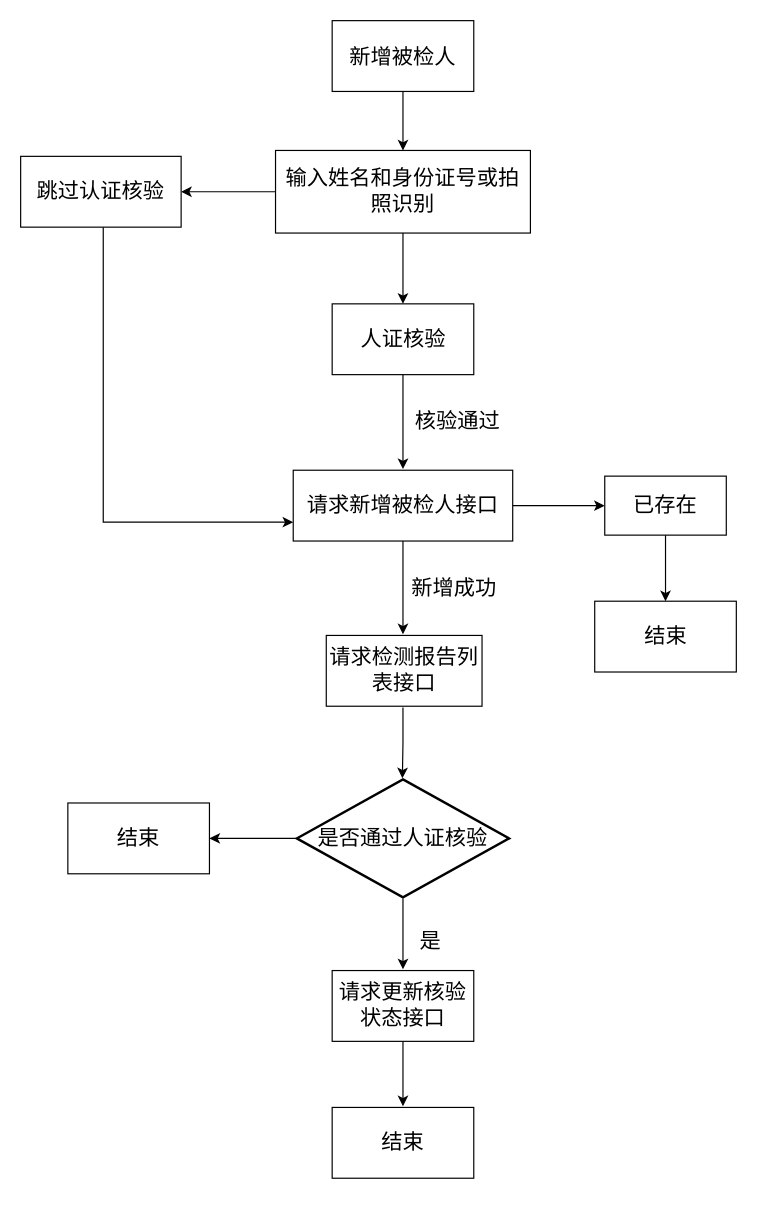
The draw.io diagram page "新增被检人" (1 of 6) of 广纳达康吸毒检测管理APP软件结构图.drawio in lliecho/test, before the edit. Source tidied: cells renumbered, new cells numbered last; positions are measured from the earlier drawing's top-left corner, leaving out a move shared by most shapes. Both pictures are drawn from the tidied source at 118%, with x=0, y=0 at pixel (20, 20).
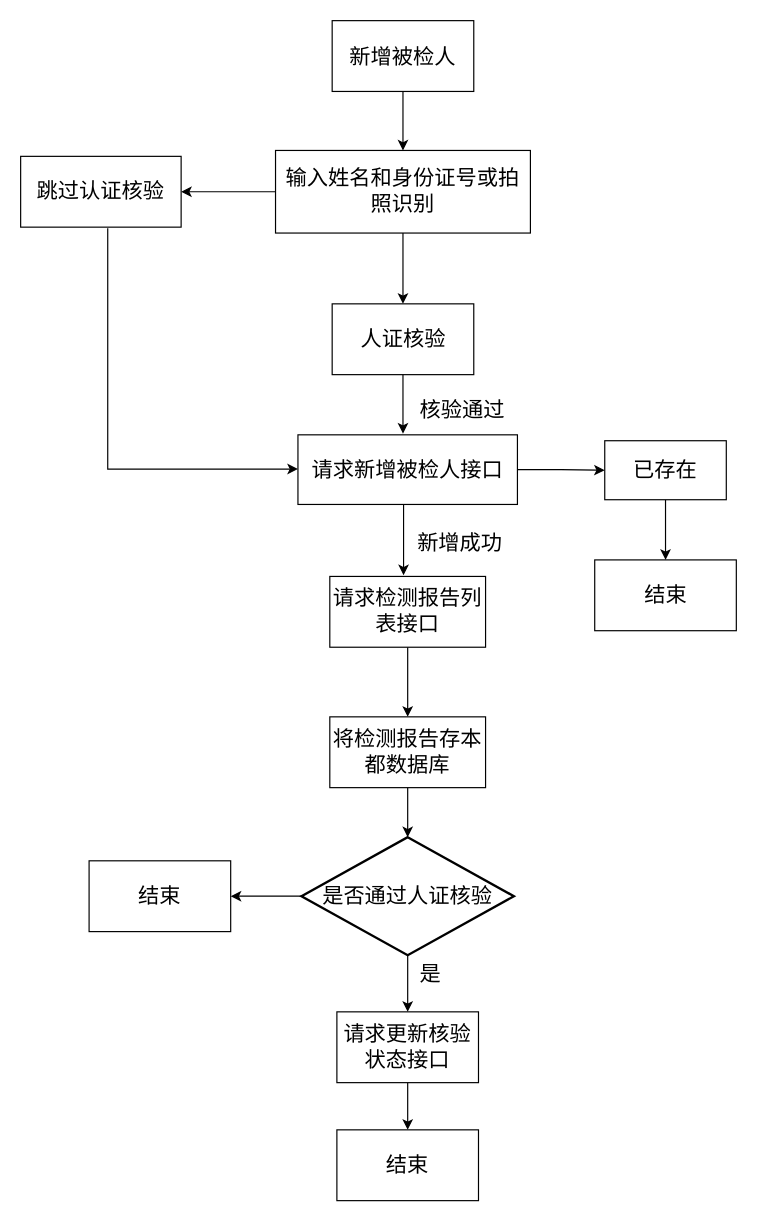
The same page after the edit.

What changed in the source:
```diff
@@
     <mxCell id="7" style="edgeStyle=orthogonalEdgeStyle;rounded=0;orthogonalLoop=1;jettySize=auto;html=1;fontSize=18;" parent="1" edge="1">
       <mxGeometry relative="1" as="geometry">
         <mxPoint x="324" y="290" as="sourcePoint" />
-        <mxPoint x="324" y="380" as="targetPoint" />
+        <mxPoint x="324" y="350" as="targetPoint" />
       </mxGeometry>
     </mxCell>
@@
-    <mxCell id="12" style="edgeStyle=orthogonalEdgeStyle;rounded=0;jettySize=auto;html=1;fontSize=18;" parent="1" edge="1" source="13">
-      <mxGeometry relative="1" as="geometry">
-        <mxPoint x="324" y="520" as="targetPoint" />
-      </mxGeometry>
-    </mxCell>
     <mxCell id="13" value="请求新增被检人接口" style="whiteSpace=wrap;html=1;fontSize=18;rounded=0;" parent="1" vertex="1">
-      <mxGeometry x="231" y="381" width="186" height="60" as="geometry" />
+      <mxGeometry x="235" y="351" width="186" height="59" as="geometry" />
     </mxCell>
     <mxCell id="14" value="核验通过" style="text;html=1;align=center;verticalAlign=middle;strokeColor=none;fillColor=none;fontSize=18;" parent="1" vertex="1">
-      <mxGeometry x="320" y="320" width="100" height="40" as="geometry" />
+      <mxGeometry x="324" y="310" width="100" height="40" as="geometry" />
     </mxCell>
@@
     <mxCell id="16" value="已存在" style="whiteSpace=wrap;html=1;fontSize=18;rounded=0;" parent="1" vertex="1">
-      <mxGeometry x="495" y="386" width="103" height="50" as="geometry" />
+      <mxGeometry x="495" y="356" width="103" height="50" as="geometry" />
     </mxCell>
     <mxCell id="17" value="结束" style="whiteSpace=wrap;html=1;fontSize=18;rounded=0;" parent="1" vertex="1">
-      <mxGeometry x="486.5" y="492" width="120" height="60" as="geometry" />
+      <mxGeometry x="486.5" y="457" width="120" height="60" as="geometry" />
     </mxCell>
-    <mxCell id="18" style="edgeStyle=orthogonalEdgeStyle;rounded=0;orthogonalLoop=1;jettySize=auto;html=1;fontSize=18;" parent="1" edge="1">
-      <mxGeometry relative="1" as="geometry">
-        <mxPoint x="324" y="582" as="sourcePoint" />
-        <mxPoint x="323.5" y="642" as="targetPoint" />
-        <Array as="points">
-          <mxPoint x="324" y="612" />
-        </Array>
-      </mxGeometry>
-    </mxCell>
     <mxCell id="19" value="新增成功" style="text;html=1;align=center;verticalAlign=middle;strokeColor=none;fillColor=none;fontSize=18;" parent="1" vertex="1">
-      <mxGeometry x="317" y="461" width="100" height="40" as="geometry" />
+      <mxGeometry x="322" y="423" width="100" height="40" as="geometry" />
     </mxCell>
-    <mxCell id="20" style="edgeStyle=orthogonalEdgeStyle;rounded=0;orthogonalLoop=1;jettySize=auto;html=1;fontSize=18;" parent="1" edge="1">
-      <mxGeometry relative="1" as="geometry">
-        <mxPoint x="324" y="744" as="sourcePoint" />
-        <mxPoint x="324" y="804" as="targetPoint" />
-      </mxGeometry>
-    </mxCell>
-    <mxCell id="21" style="edgeStyle=segmentEdgeStyle;endArrow=classic;html=1;rounded=0;fontSize=18;" parent="1" edge="1">
+    <mxCell id="21" style="edgeStyle=segmentEdgeStyle;endArrow=classic;html=1;rounded=0;fontSize=18;exitX=0.565;exitY=1.033;exitDx=0;exitDy=0;exitPerimeter=0;" parent="1" edge="1">
       <mxGeometry relative="1" as="geometry">
-        <mxPoint x="70" y="175" as="sourcePoint" />
-        <mxPoint x="231" y="425" as="targetPoint" />
+        <mxPoint x="73.8" y="176" as="sourcePoint" />
+        <mxPoint x="235" y="380" as="targetPoint" />
         <Array as="points">
-          <mxPoint x="70" y="185" />
-          <mxPoint x="70" y="425" />
+          <mxPoint x="74" y="380" />
         </Array>
       </mxGeometry>
     </mxCell>
     <mxCell id="22" value="结束" style="whiteSpace=wrap;html=1;fontSize=18;" parent="1" vertex="1">
-      <mxGeometry x="40" y="663" width="120" height="60" as="geometry" />
+      <mxGeometry x="58" y="712" width="120" height="60" as="geometry" />
     </mxCell>
+    <mxCell id="30" style="edgeStyle=orthogonalEdgeStyle;rounded=0;jettySize=auto;html=1;" parent="1" edge="1" source="23" target="33">
+      <mxGeometry relative="1" as="geometry" />
+    </mxCell>
     <mxCell id="23" value="请求检测报告列表接口" style="whiteSpace=wrap;html=1;fontSize=18;" parent="1" vertex="1">
-      <mxGeometry x="259" y="521" width="132" height="60" as="geometry" />
+      <mxGeometry x="262" y="471" width="132" height="60" as="geometry" />
     </mxCell>
-    <mxCell id="24" style="edgeStyle=orthogonalEdgeStyle;rounded=0;jettySize=auto;html=1;" parent="1" edge="1" source="25">
-      <mxGeometry relative="1" as="geometry">
-        <mxPoint x="324" y="920" as="targetPoint" />
-      </mxGeometry>
-    </mxCell>
+    <mxCell id="31" style="edgeStyle=orthogonalEdgeStyle;rounded=0;jettySize=auto;html=1;" parent="1" edge="1" source="25" target="29">
+      <mxGeometry relative="1" as="geometry" />
+    </mxCell>
     <mxCell id="25" value="请求更新核验状态接口" style="whiteSpace=wrap;html=1;fontSize=18;rounded=0;" parent="1" vertex="1">
-      <mxGeometry x="264" y="805" width="120" height="60" as="geometry" />
+      <mxGeometry x="268" y="840" width="120" height="60" as="geometry" />
     </mxCell>
     <mxCell id="26" value="是" style="text;html=1;align=center;verticalAlign=middle;strokeColor=none;fillColor=none;fontSize=18;" parent="1" vertex="1">
-      <mxGeometry x="327" y="760" width="40" height="40" as="geometry" />
+      <mxGeometry x="327" y="788" width="40" height="40" as="geometry" />
     </mxCell>
@@
+    <mxCell id="29" value="结束" style="whiteSpace=wrap;html=1;fontSize=18;rounded=0;" parent="1" vertex="1">
+      <mxGeometry x="268" y="940" width="120" height="60" as="geometry" />
+    </mxCell>
+    <mxCell id="32" style="edgeStyle=orthogonalEdgeStyle;rounded=0;jettySize=auto;html=1;" parent="1" edge="1" source="33" target="28">
+      <mxGeometry relative="1" as="geometry" />
+    </mxCell>
+    <mxCell id="33" value="将检测报告存本都数据库" style="whiteSpace=wrap;html=1;fontSize=18;" parent="1" vertex="1">
+      <mxGeometry x="262" y="590" width="132" height="60" as="geometry" />
+    </mxCell>
+    <mxCell id="34" style="edgeStyle=orthogonalEdgeStyle;rounded=0;jettySize=auto;html=1;" parent="1" edge="1" source="28" target="25">
+      <mxGeometry relative="1" as="geometry" />
+    </mxCell>
     <mxCell id="28" value="是否通过人证核验" style="strokeWidth=2;html=1;shape=mxgraph.flowchart.decision;whiteSpace=wrap;fontSize=18;" parent="1" vertex="1">
-      <mxGeometry x="234" y="643" width="180" height="100" as="geometry" />
+      <mxGeometry x="238" y="692" width="180" height="100" as="geometry" />
     </mxCell>
-    <mxCell id="29" value="结束" style="whiteSpace=wrap;html=1;fontSize=18;rounded=0;" parent="1" vertex="1">
-      <mxGeometry x="264" y="921" width="120" height="60" as="geometry" />
-    </mxCell>
+    <mxCell id="35" style="edgeStyle=orthogonalEdgeStyle;rounded=0;orthogonalLoop=1;jettySize=auto;html=1;fontSize=18;" parent="1" edge="1">
+      <mxGeometry relative="1" as="geometry">
+        <mxPoint x="324.5" y="410" as="sourcePoint" />
+        <mxPoint x="324.5" y="470" as="targetPoint" />
+      </mxGeometry>
+    </mxCell>
```
